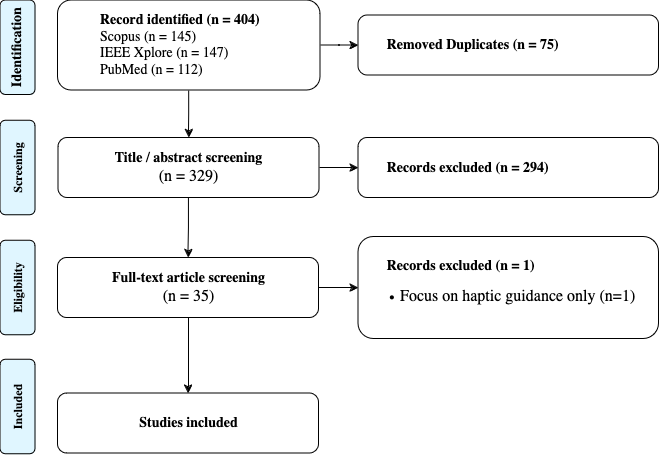
Before: prisma_overview.png, a diagram exported from draw.io (Hobsyllvin/Literature-Research-Master-Thesis). Source tidied: cells renumbered, new cells last; positions are measured from the earlier drawing's top-left corner, leaving out a move shared by most shapes.
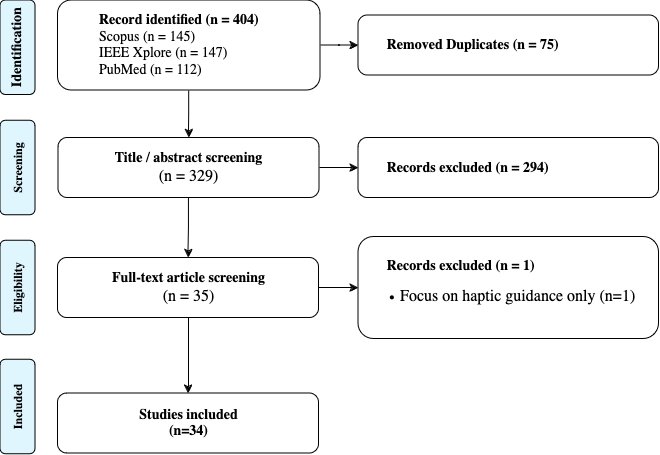
Later version of the same file.

The edit, as a diff of the source:
```diff
@@ -35,7 +35,7 @@
     <mxCell id="12" value="&lt;div align=&quot;justify&quot;&gt;&lt;b&gt;&lt;font style=&quot;font-size: 14px;&quot; face=&quot;Lucida Console&quot;&gt;&lt;span style=&quot;white-space: pre;&quot;&gt;&#9;&lt;/span&gt;Records excluded (n = 1)&lt;/font&gt;&lt;/b&gt;&lt;/div&gt;&lt;div align=&quot;justify&quot;&gt;&lt;ul&gt;&lt;li&gt;&lt;font size=&quot;3&quot; face=&quot;mY5P2F2tdVI3r5gdOyLp&quot;&gt;Focus on haptic guidance only (n=1)&lt;br&gt;&lt;/font&gt;&lt;/li&gt;&lt;/ul&gt;&lt;/div&gt;" style="rounded=1;whiteSpace=wrap;html=1;fontSize=12;glass=0;strokeWidth=1;shadow=0;align=left;" parent="1" vertex="1">
       <mxGeometry x="388" y="236.5" width="300.5" height="102" as="geometry" />
     </mxCell>
-    <mxCell id="13" value="&lt;b&gt;&lt;font style=&quot;font-size: 14px;&quot; face=&quot;Lucida Console&quot;&gt;Studies included&lt;/font&gt;&lt;/b&gt;" style="rounded=1;whiteSpace=wrap;html=1;fontSize=12;glass=0;strokeWidth=1;shadow=0;" parent="1" vertex="1">
+    <mxCell id="13" value="&lt;div&gt;&lt;b&gt;&lt;font style=&quot;font-size: 14px;&quot; face=&quot;Lucida Console&quot;&gt;Studies included&lt;/font&gt;&lt;/b&gt;&lt;/div&gt;&lt;div&gt;&lt;b&gt;&lt;font style=&quot;font-size: 14px;&quot; face=&quot;Lucida Console&quot;&gt;(n=34)&lt;br&gt;&lt;/font&gt;&lt;/b&gt;&lt;/div&gt;" style="rounded=1;whiteSpace=wrap;html=1;fontSize=12;glass=0;strokeWidth=1;shadow=0;" parent="1" vertex="1">
       <mxGeometry x="87.5" y="393" width="261" height="60" as="geometry" />
     </mxCell>
     <mxCell id="14" value="&lt;div align=&quot;left&quot;&gt;&lt;b&gt;&lt;font style=&quot;font-size: 14px;&quot; face=&quot;Lucida Console&quot;&gt;&lt;span style=&quot;white-space: pre;&quot;&gt;&#9;&lt;/span&gt;Removed Duplicates (n = 75)&lt;/font&gt;&lt;/b&gt;&lt;/div&gt;" style="rounded=1;whiteSpace=wrap;html=1;fontSize=12;glass=0;strokeWidth=1;shadow=0;align=left;" parent="1" vertex="1">
```
